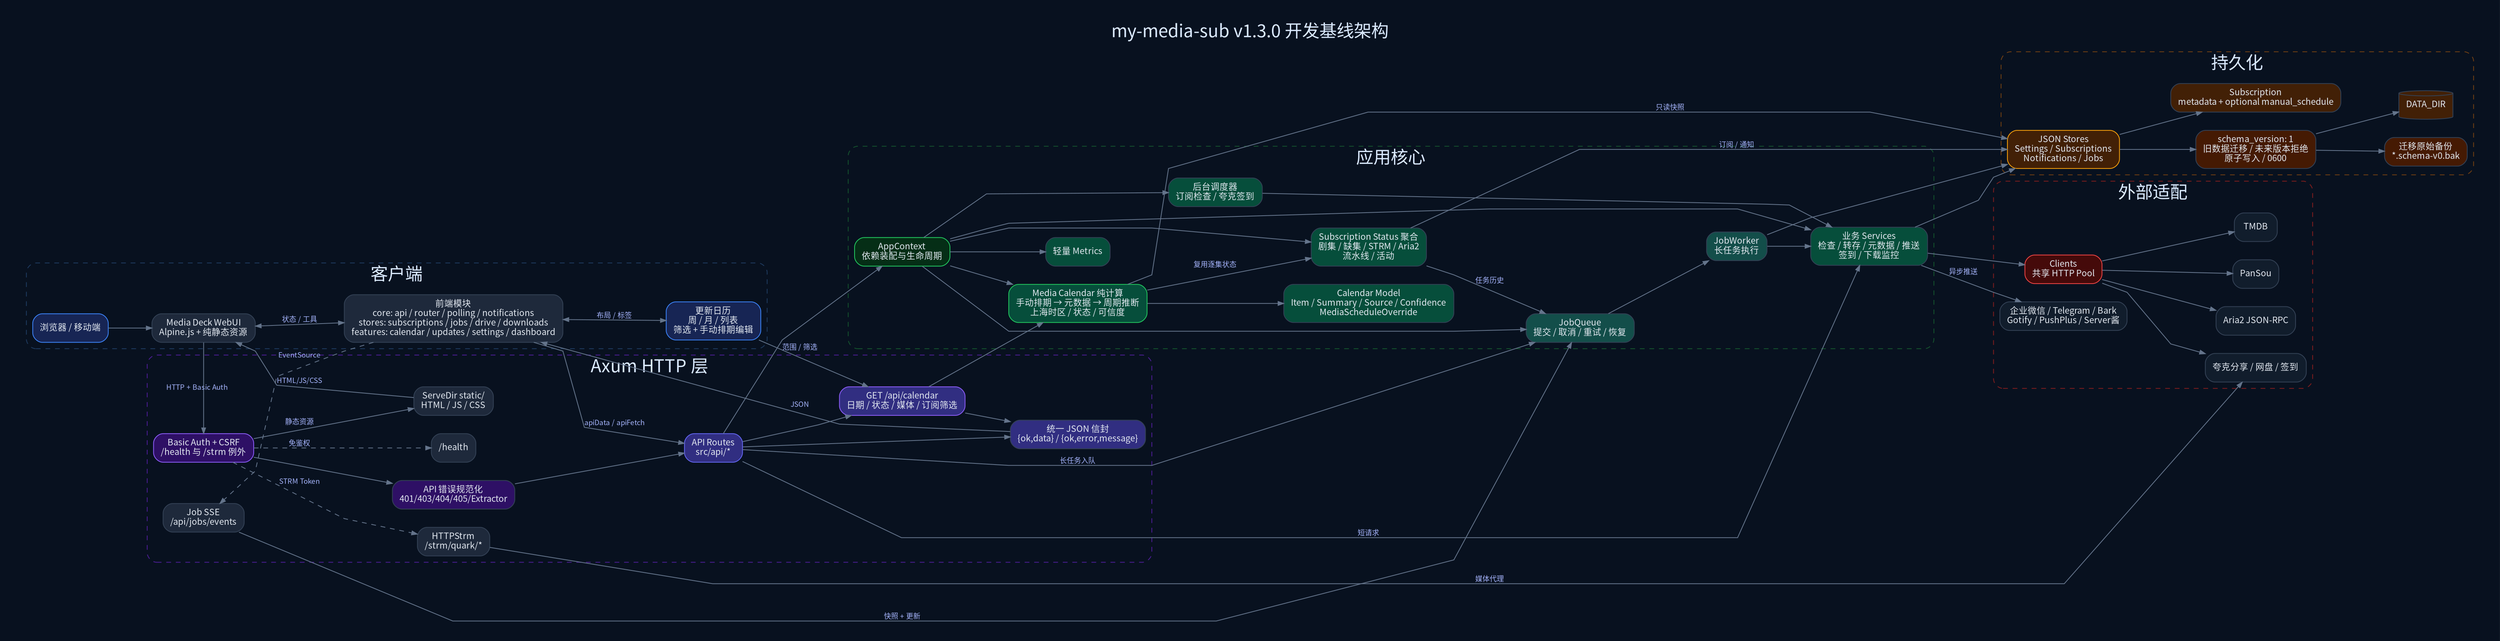
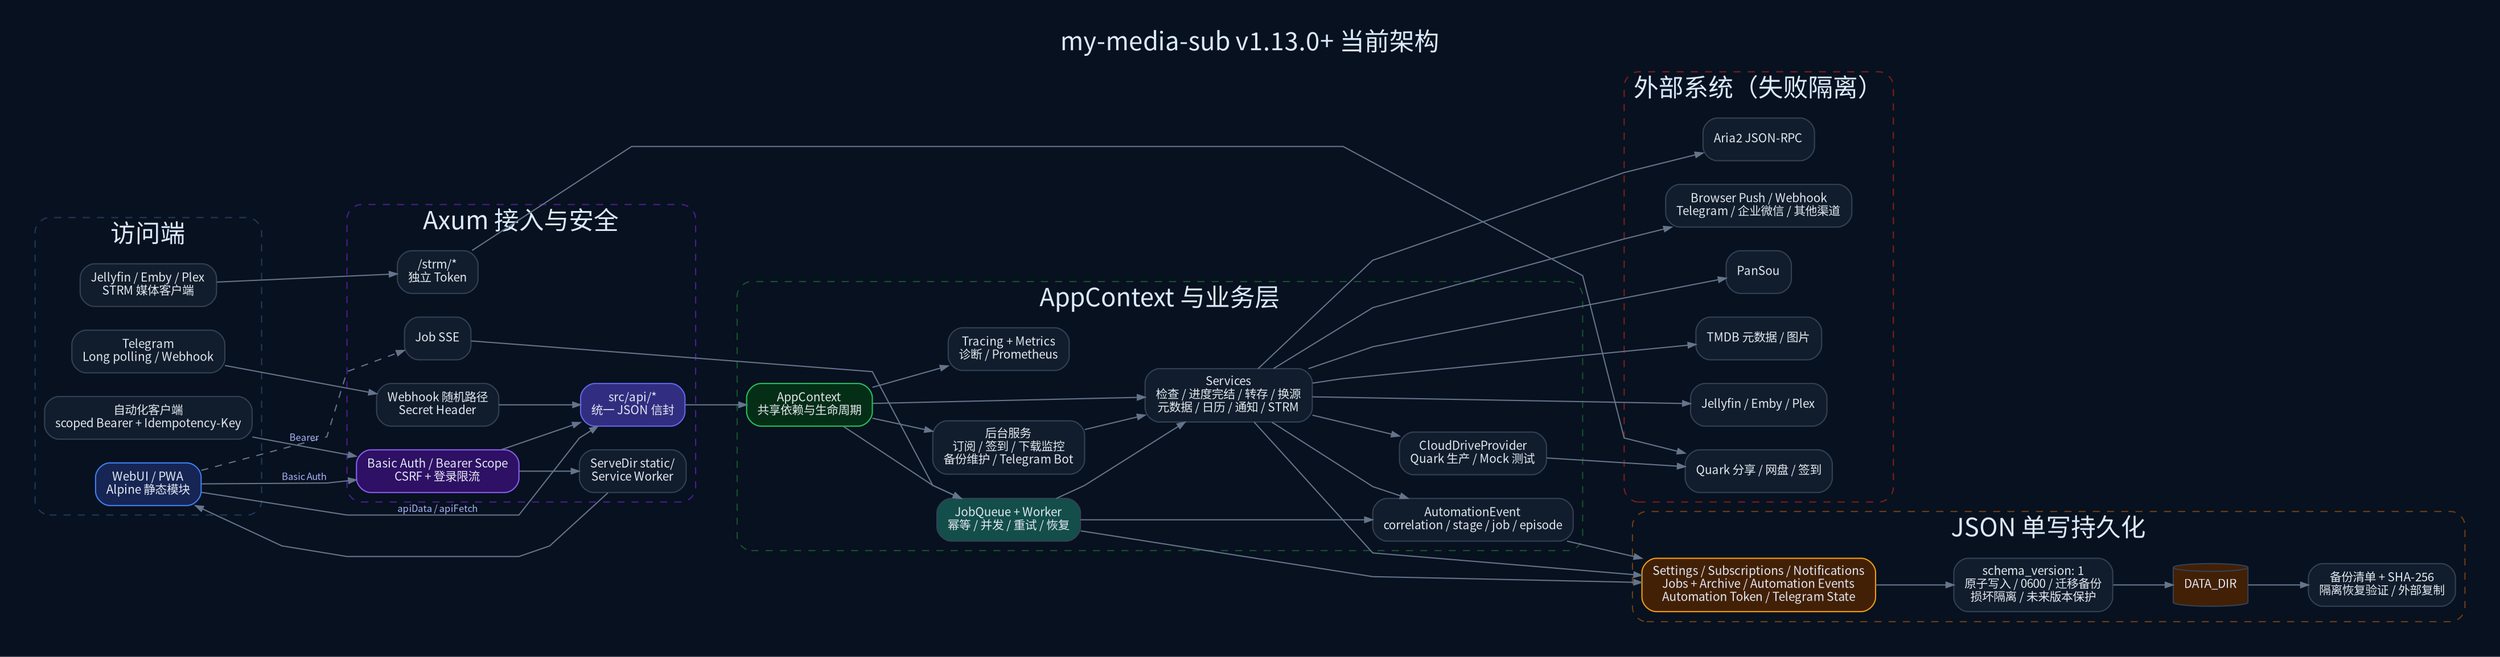
digraph MyMediaSub {
  graph [
    rankdir=LR,
    bgcolor="#08111f",
-     pad="0.35",
-     nodesep="0.32",
-     ranksep="0.75",
+     pad="0.3",
+     nodesep="0.28",
+     ranksep="0.7",
    splines=polyline,
    fontname="Noto Sans CJK SC",
    fontcolor="#dbeafe",
-     label="my-media-sub v1.3.0 开发基线架构",
+     label="my-media-sub v1.13.0+ 当前架构",
    labelloc=t,
-     fontsize=22
+     fontsize=21
  ];
-   node [
-     shape=box,
-     style="rounded,filled",
-     fontname="Noto Sans CJK SC",
-     fontsize=11,
-     color="#334155",
-     fontcolor="#e2e8f0",
-     fillcolor="#111d2c",
-     margin="0.12,0.08"
-   ];
-   edge [
-     color="#64748b",
-     fontcolor="#a5b4fc",
-     fontname="Noto Sans CJK SC",
-     fontsize=9,
-     arrowsize=0.7
-   ];
+   node [shape=box, style="rounded,filled", fontname="Noto Sans CJK SC", fontsize=10,
+         color="#334155", fontcolor="#e2e8f0", fillcolor="#111d2c", margin="0.12,0.08"];
+   edge [color="#64748b", fontcolor="#a5b4fc", fontname="Noto Sans CJK SC", fontsize=8, arrowsize=0.65];

-   subgraph cluster_client {
-     label="客户端";
-     color="#1e3a5f";
-     style="rounded,dashed";
-     Browser [label="浏览器 / 移动端", fillcolor="#172554", color="#3b82f6"];
-     WebUI [label="Media Deck WebUI\nAlpine.js + 纯静态资源", fillcolor="#1e293b"];
-     FrontModules [label="前端模块\ncore: api / router / polling / notifications\nstores: subscriptions / jobs / drive / downloads\nfeatures: calendar / updates / settings / dashboard", fillcolor="#1e293b"];
-     CalendarViews [label="更新日历\n周 / 月 / 列表\n筛选 + 手动排期编辑", fillcolor="#172554", color="#3b82f6"];
-     Browser -> WebUI;
-     WebUI -> FrontModules [dir=both, label="状态 / 工具"];
-     FrontModules -> CalendarViews [dir=both, label="布局 / 标签"];
+   subgraph cluster_clients {
+     label="访问端"; color="#1e3a5f"; style="rounded,dashed";
+     Browser [label="WebUI / PWA\nAlpine 静态模块", fillcolor="#172554", color="#3b82f6"];
+     Automation [label="自动化客户端\nscoped Bearer + Idempotency-Key"];
+     Telegram [label="Telegram\nLong polling / Webhook"];
+     MediaClient [label="Jellyfin / Emby / Plex\nSTRM 媒体客户端"];
  }

  subgraph cluster_http {
-     label="Axum HTTP 层";
-     color="#4c1d95";
-     style="rounded,dashed";
-     Auth [label="Basic Auth + CSRF\n/health 与 /strm 例外", fillcolor="#2e1065", color="#8b5cf6"];
-     ErrorNormalize [label="API 错误规范化\n401/403/404/405/Extractor", fillcolor="#2e1065"];
-     ApiRoutes [label="API Routes\nsrc/api/*", fillcolor="#312e81", color="#6366f1"];
-     CalendarApi [label="GET /api/calendar\n日期 / 状态 / 媒体 / 订阅筛选", fillcolor="#312e81", color="#8b5cf6"];
-     ApiEnvelope [label="统一 JSON 信封\n{ok,data} / {ok,error,message}", fillcolor="#312e81"];
-     Static [label="ServeDir static/\nHTML / JS / CSS", fillcolor="#1e293b"];
-     SSE [label="Job SSE\n/api/jobs/events", fillcolor="#1e293b"];
-     StrmRoute [label="HTTPStrm\n/strm/quark/*", fillcolor="#1e293b"];
-     Health [label="/health", fillcolor="#1e293b"];
-     Auth -> ErrorNormalize -> ApiRoutes;
-     ApiRoutes -> CalendarApi;
-     ApiRoutes -> ApiEnvelope;
-     CalendarApi -> ApiEnvelope;
+     label="Axum 接入与安全"; color="#4c1d95"; style="rounded,dashed";
+     Auth [label="Basic Auth / Bearer Scope\nCSRF + 登录限流", fillcolor="#2e1065", color="#8b5cf6"];
+     TelegramAuth [label="Webhook 随机路径\nSecret Header"];
+     Routes [label="src/api/*\n统一 JSON 信封", fillcolor="#312e81", color="#6366f1"];
+     Static [label="ServeDir static/\nService Worker"];
+     Strm [label="/strm/*\n独立 Token"];
+     SSE [label="Job SSE"];
  }

  subgraph cluster_core {
-     label="应用核心";
-     color="#14532d";
-     style="rounded,dashed";
-     Context [label="AppContext\n依赖装配与生命周期", fillcolor="#052e16", color="#22c55e"];
-     Services [label="业务 Services\n检查 / 转存 / 元数据 / 推送\n签到 / 下载监控", fillcolor="#064e3b"];
-     Status [label="Subscription Status 聚合\n剧集 / 缺集 / STRM / Aria2\n流水线 / 活动", fillcolor="#064e3b"];
-     Calendar [label="Media Calendar 纯计算\n手动排期 → 元数据 → 周期推断\n上海时区 / 状态 / 可信度", fillcolor="#064e3b", color="#22c55e"];
-     CalendarModel [label="Calendar Model\nItem / Summary / Source / Confidence\nMediaScheduleOverride", fillcolor="#064e3b"];
-     Schedulers [label="后台调度器\n订阅检查 / 夸克签到", fillcolor="#064e3b"];
-     Metrics [label="轻量 Metrics", fillcolor="#064e3b"];
-     JobQueue [label="JobQueue\n提交 / 取消 / 重试 / 恢复", fillcolor="#134e4a"];
-     Worker [label="JobWorker\n长任务执行", fillcolor="#134e4a"];
-     Context -> Services;
-     Context -> Status;
-     Context -> Calendar;
-     Context -> Schedulers;
-     Context -> Metrics;
-     Context -> JobQueue;
-     Calendar -> CalendarModel;
-     Calendar -> Status [label="复用逐集状态"];
-     JobQueue -> Worker -> Services;
+     label="AppContext 与业务层"; color="#14532d"; style="rounded,dashed";
+     Context [label="AppContext\n共享依赖与生命周期", fillcolor="#052e16", color="#22c55e"];
+     Services [label="Services\n检查 / 进度完结 / 转存 / 换源\n元数据 / 日历 / 通知 / STRM"];
+     Queue [label="JobQueue + Worker\n幂等 / 并发 / 重试 / 恢复", fillcolor="#134e4a"];
+     Schedulers [label="后台服务\n订阅 / 签到 / 下载监控\n备份维护 / Telegram Bot"];
+     Events [label="AutomationEvent\ncorrelation / stage / job / episode"];
+     Metrics [label="Tracing + Metrics\n诊断 / Prometheus"];
+     Provider [label="CloudDriveProvider\nQuark 生产 / Mock 测试"];
  }

  subgraph cluster_store {
-     label="持久化";
-     color="#713f12";
-     style="rounded,dashed";
-     Stores [label="JSON Stores\nSettings / Subscriptions\nNotifications / Jobs", fillcolor="#422006", color="#f59e0b"];
-     SubscriptionData [label="Subscription\nmetadata + optional manual_schedule", fillcolor="#422006"];
-     Schema [label="schema_version: 1\n旧数据迁移 / 未来版本拒绝\n原子写入 / 0600", fillcolor="#451a03"];
-     Backup [label="迁移原始备份\n*.schema-v0.bak", fillcolor="#451a03"];
-     DataDir [label="DATA_DIR", shape=cylinder, fillcolor="#422006"];
-     Stores -> SubscriptionData;
-     Stores -> Schema -> DataDir;
-     Schema -> Backup;
+     label="JSON 单写持久化"; color="#713f12"; style="rounded,dashed";
+     Stores [label="Settings / Subscriptions / Notifications\nJobs + Archive / Automation Events\nAutomation Token / Telegram State", fillcolor="#422006", color="#f59e0b"];
+     Schema [label="schema_version: 1\n原子写入 / 0600 / 迁移备份\n损坏隔离 / 未来版本保护"];
+     Backup [label="备份清单 + SHA-256\n隔离恢复验证 / 外部复制"];
+     Data [label="DATA_DIR", shape=cylinder, fillcolor="#422006"];
  }

-   subgraph cluster_clients {
-     label="外部适配";
-     color="#7f1d1d";
-     style="rounded,dashed";
-     Clients [label="Clients\n共享 HTTP Pool", fillcolor="#450a0a", color="#ef4444"];
-     PanSou [label="PanSou"];
-     Quark [label="夸克分享 / 网盘 / 签到"];
-     TMDB [label="TMDB"];
+   subgraph cluster_external {
+     label="外部系统（失败隔离）"; color="#7f1d1d"; style="rounded,dashed";
+     Search [label="PanSou"];
+     Quark [label="Quark 分享 / 网盘 / 签到"];
+     TMDB [label="TMDB 元数据 / 图片"];
    Aria2 [label="Aria2 JSON-RPC"];
-     Push [label="企业微信 / Telegram / Bark\nGotify / PushPlus / Server酱"];
-     Clients -> PanSou;
-     Clients -> Quark;
-     Clients -> TMDB;
-     Clients -> Aria2;
-     Services -> Push [label="异步推送"];
+     Library [label="Jellyfin / Emby / Plex"];
+     Push [label="Browser Push / Webhook\nTelegram / 企业微信 / 其他渠道"];
  }

-   WebUI -> Auth [label="HTTP + Basic Auth"];
-   Auth -> Static [label="静态资源"];
-   Auth -> Health [label="免鉴权", style=dashed];
-   Auth -> StrmRoute [label="STRM Token", style=dashed];
-   FrontModules -> ApiRoutes [label="apiData / apiFetch"];
-   CalendarViews -> CalendarApi [label="范围 / 筛选"];
-   ApiEnvelope -> FrontModules [label="JSON"];
-   FrontModules -> SSE [label="EventSource", style=dashed];
-   SSE -> JobQueue [label="快照 + 更新"];
-   ApiRoutes -> Context;
-   ApiRoutes -> Services [label="短请求"];
-   ApiRoutes -> JobQueue [label="长任务入队"];
-   CalendarApi -> Calendar;
-   Calendar -> Stores [label="只读快照"];
+   Browser -> Auth [label="Basic Auth"];
+   Automation -> Auth [label="Bearer"];
+   Telegram -> TelegramAuth -> Routes;
+   Auth -> Routes;
+   Auth -> Static -> Browser;
+   Browser -> Routes [label="apiData / apiFetch"];
+   Browser -> SSE [style=dashed];
+   MediaClient -> Strm -> Quark;
+ 
+   Routes -> Context;
+   SSE -> Queue;
+   Context -> Services;
+   Context -> Queue;
+   Context -> Schedulers;
+   Context -> Metrics;
+   Queue -> Services;
+   Schedulers -> Services;
+   Services -> Events;
+   Queue -> Events;
+   Services -> Provider -> Quark;
+ 
  Services -> Stores;
-   Status -> Stores [label="订阅 / 通知"];
-   Status -> JobQueue [label="任务历史"];
-   Worker -> Stores;
-   Schedulers -> Services;
-   Services -> Clients;
-   StrmRoute -> Quark [label="媒体代理"];
-   Static -> WebUI [label="HTML/JS/CSS"];
+   Queue -> Stores;
+   Events -> Stores;
+   Stores -> Schema -> Data;
+   Data -> Backup;
+ 
+   Services -> Search;
+   Services -> TMDB;
+   Services -> Aria2;
+   Services -> Library;
+   Services -> Push;
}
